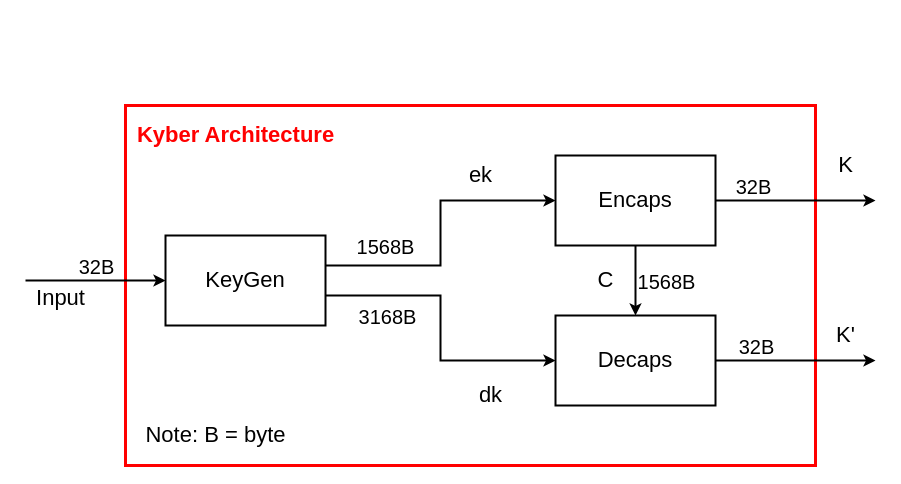
The draw.io diagram page "Overview" (1 of 3) of docs/design/KyberV.drawio in Winxkin/KyberV, before the edit. Source tidied: cells renumbered, new cells numbered last; positions are measured from the earlier drawing's top-left corner, leaving out a move shared by most shapes. Both pictures are drawn from the tidied source at 100%, with x=0, y=0 at pixel (25, 105).
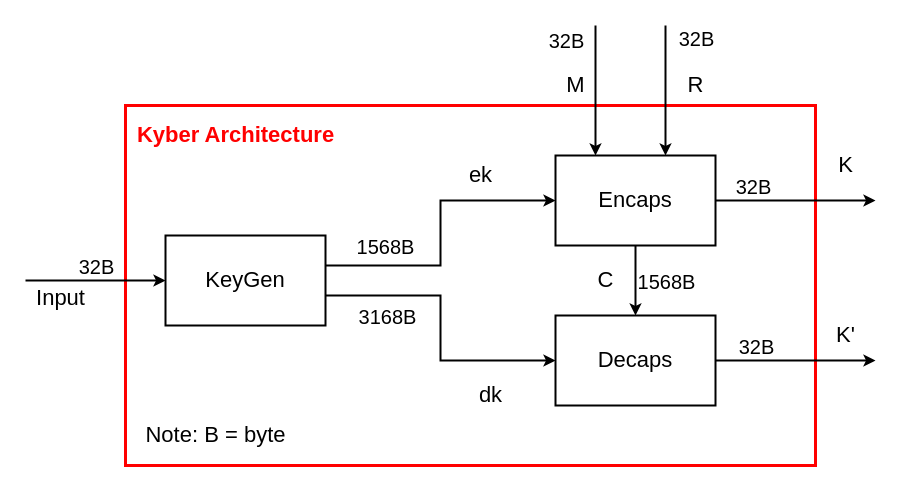
After the change.

Unchanged cells that the change refers to:
```xml
<mxCell id="14" value="&lt;font style=&quot;font-size: 22px;&quot;&gt;Encaps&lt;/font&gt;" style="rounded=0;whiteSpace=wrap;html=1;strokeWidth=2;" parent="1" vertex="1">
  <mxGeometry x="530" y="50" width="160" height="90" as="geometry" />
</mxCell>
```

What changed in the source:
```diff
@@
+    <mxCell id="26" style="edgeStyle=orthogonalEdgeStyle;rounded=0;jettySize=auto;html=1;startArrow=classic;startFill=1;endArrow=none;endFill=0;strokeWidth=2;" parent="1" edge="1" source="14">
+      <mxGeometry relative="1" as="geometry">
+        <mxPoint x="570" y="-80" as="targetPoint" />
+        <Array as="points">
+          <mxPoint x="570" y="-50" />
+        </Array>
+      </mxGeometry>
+    </mxCell>
+    <mxCell id="27" value="&lt;font style=&quot;font-size: 20px;&quot;&gt;32B&lt;/font&gt;" style="edgeLabel;html=1;align=center;verticalAlign=middle;" parent="26" vertex="1">
+      <mxGeometry x="0.79" relative="1" as="geometry">
+        <mxPoint x="-30" as="offset" />
+      </mxGeometry>
+    </mxCell>
+    <mxCell id="28" style="edgeStyle=orthogonalEdgeStyle;rounded=0;jettySize=auto;html=1;startArrow=classic;startFill=1;endArrow=none;endFill=0;strokeWidth=2;" parent="1" edge="1" source="14">
+      <mxGeometry relative="1" as="geometry">
+        <mxPoint x="640" y="-80" as="targetPoint" />
+        <Array as="points">
+          <mxPoint x="640" y="-80" />
+        </Array>
+      </mxGeometry>
+    </mxCell>
+    <mxCell id="29" value="&lt;font style=&quot;font-size: 20px;&quot;&gt;32B&lt;/font&gt;" style="edgeLabel;html=1;align=center;verticalAlign=middle;" parent="28" vertex="1">
+      <mxGeometry x="0.82" y="2" relative="1" as="geometry">
+        <mxPoint x="32" as="offset" />
+      </mxGeometry>
+    </mxCell>
@@
+    <mxCell id="30" value="&lt;font style=&quot;font-size: 22px;&quot;&gt;M&lt;/font&gt;" style="text;html=1;align=center;verticalAlign=middle;strokeColor=none;fillColor=none;" parent="1" vertex="1">
+      <mxGeometry x="530" y="-40" width="40" height="40" as="geometry" />
+    </mxCell>
+    <mxCell id="31" value="&lt;font style=&quot;font-size: 22px;&quot;&gt;R&lt;/font&gt;" style="text;html=1;align=center;verticalAlign=middle;strokeColor=none;fillColor=none;" parent="1" vertex="1">
+      <mxGeometry x="650" y="-40" width="40" height="40" as="geometry" />
+    </mxCell>
```
